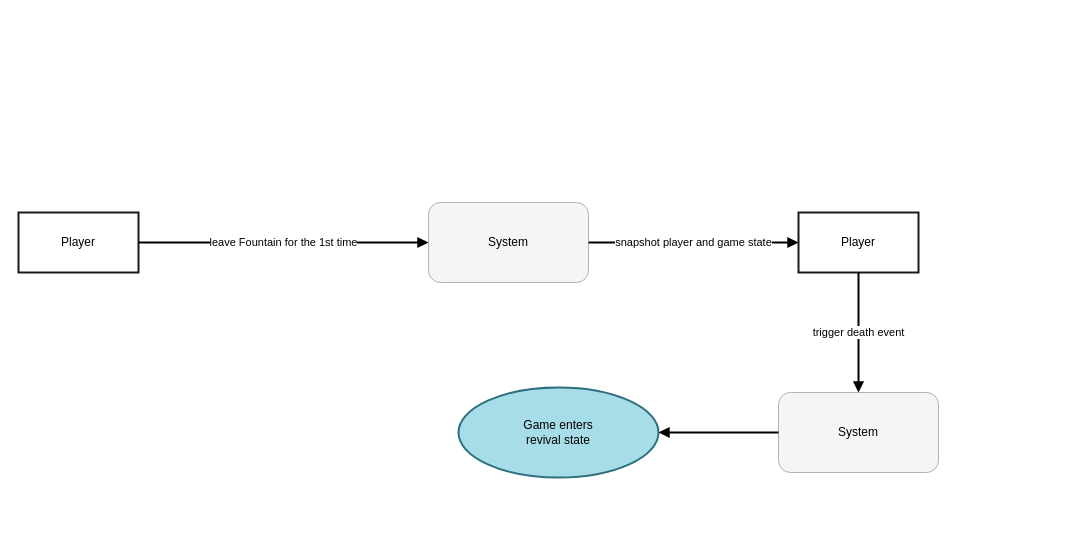
The draw.io diagram processflow.drawio in EthanH1973/noita-mod-godsaved, before the edit. Source tidied: cells renumbered, new cells numbered last; positions are measured from the earlier drawing's top-left corner, leaving out a move shared by most shapes. Both pictures are drawn from the tidied source at 100%, with x=0, y=0 at pixel (18, 202).
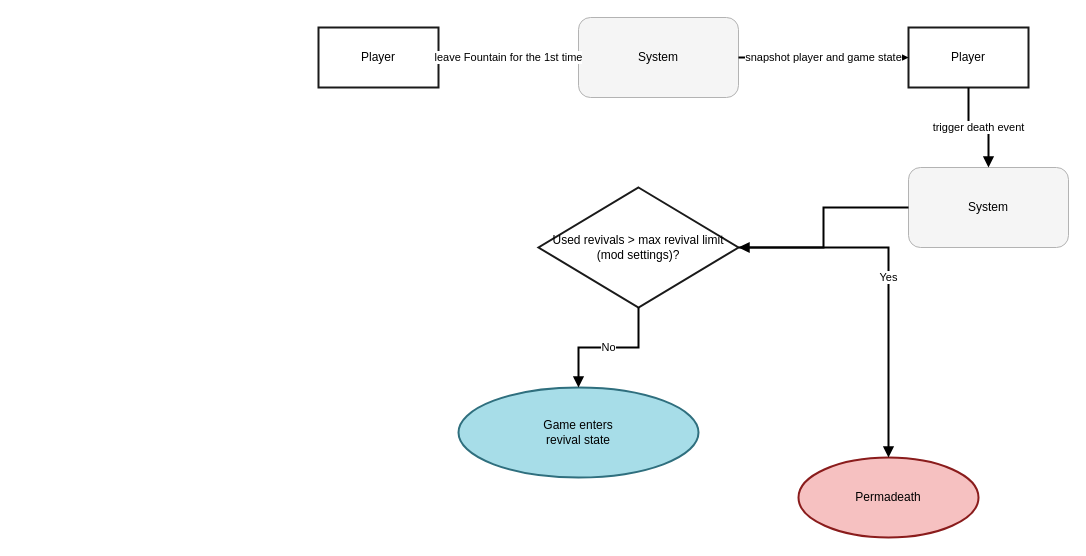
After the change.

Change to the diagram source:
```diff
@@
 <mxGraphModel>
   <root>
     <mxCell id="0" />
     <mxCell id="1" parent="0" />
-    <mxCell id="2" value="Player" style="rounded=0;whiteSpace=wrap;html=1;align=center;verticalAlign=middle;strokeWidth=2;strokeColor=#1A1A1A;fillColor=#FFFFFF;" parent="1" vertex="1">
-      <mxGeometry y="10" width="120" height="60" as="geometry" />
-    </mxCell>
-    <mxCell id="3" value="System" style="rounded=1;whiteSpace=wrap;html=1;align=center;verticalAlign=middle;strokeWidth=1;strokeColor=#B3B3B3;fillColor=#F5F5F5;" parent="1" vertex="1">
-      <mxGeometry x="410" width="160" height="80" as="geometry" />
-    </mxCell>
-    <mxCell id="4" value="Player" style="rounded=0;whiteSpace=wrap;html=1;align=center;verticalAlign=middle;strokeWidth=2;strokeColor=#1A1A1A;fillColor=#FFFFFF;" parent="1" vertex="1">
-      <mxGeometry x="780" y="10" width="120" height="60" as="geometry" />
-    </mxCell>
-    <mxCell id="5" value="System" style="rounded=1;whiteSpace=wrap;html=1;align=center;verticalAlign=middle;strokeWidth=1;strokeColor=#B3B3B3;fillColor=#F5F5F5;" parent="1" vertex="1">
-      <mxGeometry x="760" y="190" width="160" height="80" as="geometry" />
-    </mxCell>
+    <mxCell id="11" value="Player" style="rounded=0;whiteSpace=wrap;html=1;align=center;verticalAlign=middle;strokeWidth=2;strokeColor=#1A1A1A;fillColor=#FFFFFF;" parent="1" vertex="1">
+      <mxGeometry x="300" y="-175" width="120" height="60" as="geometry" />
+    </mxCell>
+    <mxCell id="12" value="System" style="rounded=1;whiteSpace=wrap;html=1;align=center;verticalAlign=middle;strokeWidth=1;strokeColor=#B3B3B3;fillColor=#F5F5F5;" parent="1" vertex="1">
+      <mxGeometry x="560" y="-185" width="160" height="80" as="geometry" />
+    </mxCell>
+    <mxCell id="13" value="Player" style="rounded=0;whiteSpace=wrap;html=1;align=center;verticalAlign=middle;strokeWidth=2;strokeColor=#1A1A1A;fillColor=#FFFFFF;" parent="1" vertex="1">
+      <mxGeometry x="890" y="-175" width="120" height="60" as="geometry" />
+    </mxCell>
+    <mxCell id="14" value="System" style="rounded=1;whiteSpace=wrap;html=1;align=center;verticalAlign=middle;strokeWidth=1;strokeColor=#B3B3B3;fillColor=#F5F5F5;" parent="1" vertex="1">
+      <mxGeometry x="890" y="-35" width="160" height="80" as="geometry" />
+    </mxCell>
+    <mxCell id="15" value="Used revivals &gt; max revival limit&#10;(mod settings)?" style="rhombus;whiteSpace=wrap;html=1;align=center;verticalAlign=middle;strokeWidth=2;strokeColor=#1A1A1A;fillColor=#FFFFFF;" parent="1" vertex="1">
+      <mxGeometry x="520" y="-15" width="200" height="120" as="geometry" />
+    </mxCell>
     <mxCell id="6" value="Game enters&#10;revival state" style="ellipse;whiteSpace=wrap;html=1;align=center;verticalAlign=middle;strokeWidth=2;strokeColor=#2F6F7E;fillColor=#A7DDE8;" parent="1" vertex="1">
-      <mxGeometry x="440" y="185" width="200" height="90" as="geometry" />
+      <mxGeometry x="440" y="185" width="240" height="90" as="geometry" />
     </mxCell>
+    <mxCell id="16" value="Permadeath" style="ellipse;whiteSpace=wrap;html=1;align=center;verticalAlign=middle;strokeWidth=2;strokeColor=#8A1C1C;fillColor=#F6C1C1;" parent="1" vertex="1">
+      <mxGeometry x="780" y="255" width="180" height="80" as="geometry" />
+    </mxCell>
-    <mxCell id="7" value="leave Fountain for the 1st time" style="endArrow=block;html=1;rounded=0;edgeStyle=orthogonalEdgeStyle;jettySize=auto;strokeWidth=2;" parent="1" edge="1" source="2" target="3">
+    <mxCell id="7" value="leave Fountain for the 1st time" style="endArrow=block;html=1;edgeStyle=orthogonalEdgeStyle;rounded=0;strokeWidth=2;" parent="1" edge="1" source="11" target="12">
       <mxGeometry relative="1" as="geometry" />
     </mxCell>
-    <mxCell id="8" value="snapshot player and game state" style="endArrow=block;html=1;rounded=0;edgeStyle=orthogonalEdgeStyle;jettySize=auto;strokeWidth=2;" parent="1" edge="1" source="3" target="4">
+    <mxCell id="8" value="snapshot player and game state" style="endArrow=block;html=1;edgeStyle=orthogonalEdgeStyle;rounded=0;strokeWidth=2;" parent="1" edge="1" source="12" target="13">
       <mxGeometry relative="1" as="geometry" />
     </mxCell>
-    <mxCell id="9" value="trigger death event" style="endArrow=block;html=1;rounded=0;edgeStyle=orthogonalEdgeStyle;jettySize=auto;strokeWidth=2;" parent="1" edge="1" source="4" target="5">
+    <mxCell id="9" value="trigger death event" style="endArrow=block;html=1;edgeStyle=orthogonalEdgeStyle;rounded=0;strokeWidth=2;" parent="1" edge="1" source="13" target="14">
       <mxGeometry relative="1" as="geometry" />
     </mxCell>
-    <mxCell id="10" style="endArrow=block;html=1;rounded=0;edgeStyle=orthogonalEdgeStyle;jettySize=auto;strokeWidth=2;" parent="1" edge="1" source="5" target="6">
-      <mxGeometry relative="1" as="geometry" />
-    </mxCell>
+    <mxCell id="17" style="endArrow=block;html=1;edgeStyle=orthogonalEdgeStyle;rounded=0;strokeWidth=2;" parent="1" edge="1" source="14" target="15">
+      <mxGeometry relative="1" as="geometry" />
+    </mxCell>
+    <mxCell id="18" value="No" style="endArrow=block;html=1;edgeStyle=orthogonalEdgeStyle;rounded=0;strokeWidth=2;" parent="1" edge="1" source="15" target="6">
+      <mxGeometry relative="1" as="geometry" />
+    </mxCell>
+    <mxCell id="19" value="Yes" style="endArrow=block;html=1;edgeStyle=orthogonalEdgeStyle;rounded=0;strokeWidth=2;" parent="1" edge="1" source="15" target="16">
+      <mxGeometry relative="1" as="geometry" />
+    </mxCell>
   </root>
 </mxGraphModel>
```
